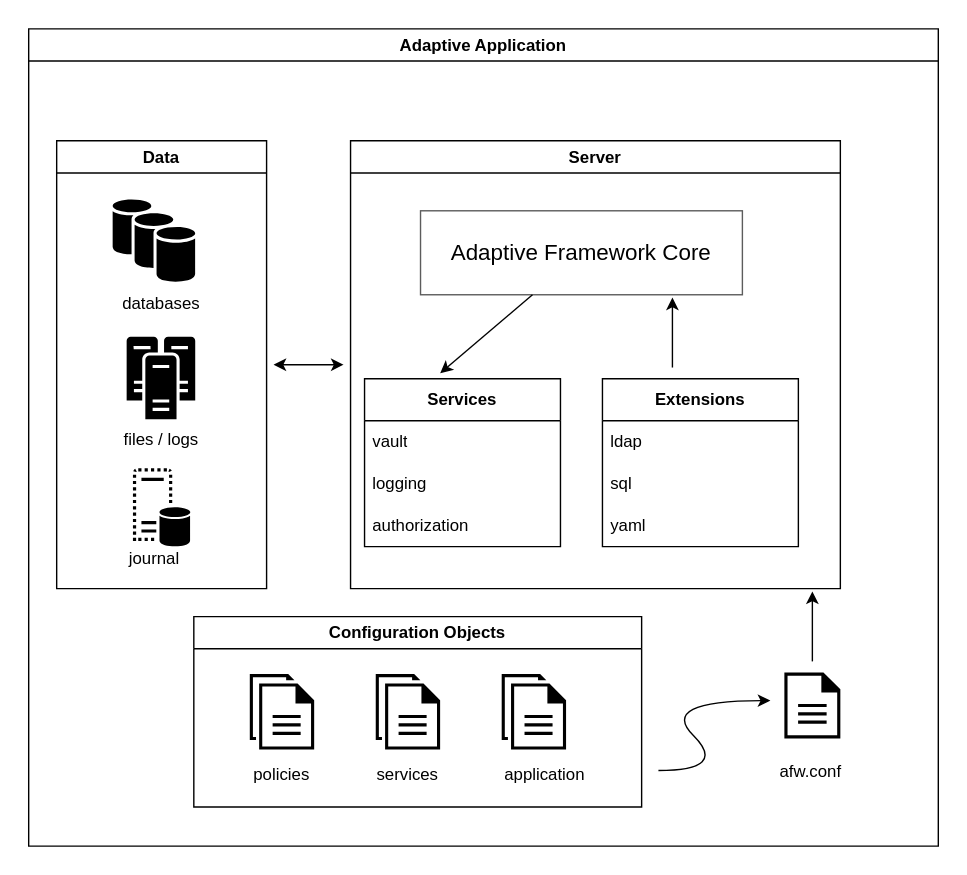
The draw.io diagram docs/afw/html/guide/architecture/images/ArchitectureDiagram.svg in afw-org/afw, before a commit. Source tidied: cells renumbered, new cells last; positions are measured from the earlier drawing's top-left corner, leaving out a move shared by most shapes. The source it was exported from:
```xml
<mxGraphModel>
  <root>
    <mxCell id="0" />
    <mxCell id="1" parent="0" />
    <mxCell id="2" value="&lt;font style=&quot;font-size: 16px;&quot; color=&quot;#000000&quot;&gt;Adaptive Framework Core&lt;/font&gt;" style="rounded=0;whiteSpace=wrap;html=1;fillColor=#FFFFFF;fontColor=#333333;strokeColor=#5C5C5C;" parent="1" vertex="1">
      <mxGeometry x="280" y="130" width="230" height="60" as="geometry" />
    </mxCell>
    <mxCell id="3" value="&lt;b&gt;Extensions&lt;/b&gt;" style="swimlane;fontStyle=0;horizontal=1;startSize=30;whiteSpace=wrap;html=1;" parent="1" vertex="1">
      <mxGeometry x="410" y="250" width="140" height="120" as="geometry" />
    </mxCell>
    <mxCell id="4" value="ldap" style="text;strokeColor=none;fillColor=none;align=left;verticalAlign=middle;spacingLeft=4;spacingRight=4;overflow=hidden;whiteSpace=wrap;html=1;" parent="3" vertex="1">
      <mxGeometry y="30" width="140" height="30" as="geometry" />
    </mxCell>
    <mxCell id="5" value="sql" style="text;strokeColor=none;fillColor=none;align=left;verticalAlign=middle;spacingLeft=4;spacingRight=4;overflow=hidden;whiteSpace=wrap;html=1;" parent="3" vertex="1">
      <mxGeometry y="60" width="140" height="30" as="geometry" />
    </mxCell>
    <mxCell id="6" value="yaml" style="text;strokeColor=none;fillColor=none;align=left;verticalAlign=middle;spacingLeft=4;spacingRight=4;overflow=hidden;whiteSpace=wrap;html=1;" parent="3" vertex="1">
      <mxGeometry y="90" width="140" height="30" as="geometry" />
    </mxCell>
    <mxCell id="7" value="Server" style="swimlane;whiteSpace=wrap;html=1;" parent="1" vertex="1">
      <mxGeometry x="230" y="80" width="350" height="320" as="geometry" />
    </mxCell>
    <mxCell id="8" style="sketch=0;shadow=0;dashed=0;html=1;strokeColor=none;fillColor=#000000;labelPosition=center;verticalLabelPosition=bottom;verticalAlign=top;align=center;shape=mxgraph.office.concepts.document;" parent="1" vertex="1">
      <mxGeometry x="540" y="460" width="40" height="47" as="geometry" />
    </mxCell>
    <mxCell id="9" value="Adaptive Application" style="swimlane;whiteSpace=wrap;html=1;startSize=23;" parent="1" vertex="1">
      <mxGeometry width="650" height="584" as="geometry" />
    </mxCell>
    <mxCell id="10" style="endArrow=classic;html=1;rounded=0;" parent="9" edge="1">
      <mxGeometry relative="1" as="geometry">
        <mxPoint x="560" y="452" as="sourcePoint" />
        <mxPoint x="560" y="402" as="targetPoint" />
      </mxGeometry>
    </mxCell>
    <mxCell id="11" value="Configuration Objects" style="swimlane;whiteSpace=wrap;html=1;" parent="9" vertex="1">
      <mxGeometry x="118" y="420" width="320" height="136" as="geometry" />
    </mxCell>
    <mxCell id="12" style="sketch=0;shadow=0;dashed=0;html=1;strokeColor=none;fillColor=#000000;labelPosition=center;verticalLabelPosition=bottom;verticalAlign=top;align=center;shape=mxgraph.office.concepts.documents;" parent="11" vertex="1">
      <mxGeometry x="220" y="41" width="46" height="54" as="geometry" />
    </mxCell>
    <mxCell id="13" style="sketch=0;shadow=0;dashed=0;html=1;strokeColor=none;fillColor=#000000;labelPosition=center;verticalLabelPosition=bottom;verticalAlign=top;align=center;shape=mxgraph.office.concepts.documents;" parent="11" vertex="1">
      <mxGeometry x="130" y="41" width="46" height="54" as="geometry" />
    </mxCell>
    <mxCell id="14" style="sketch=0;shadow=0;dashed=0;html=1;strokeColor=none;fillColor=#000000;labelPosition=center;verticalLabelPosition=bottom;verticalAlign=top;align=center;shape=mxgraph.office.concepts.documents;" parent="11" vertex="1">
      <mxGeometry x="40" y="41" width="46" height="54" as="geometry" />
    </mxCell>
    <mxCell id="15" value="policies" style="text;html=1;strokeColor=none;fillColor=none;align=center;verticalAlign=middle;whiteSpace=wrap;rounded=0;" parent="11" vertex="1">
      <mxGeometry x="8" y="98" width="110" height="30" as="geometry" />
    </mxCell>
    <mxCell id="16" value="services" style="text;html=1;strokeColor=none;fillColor=none;align=center;verticalAlign=middle;whiteSpace=wrap;rounded=0;" parent="11" vertex="1">
      <mxGeometry x="98" y="98" width="110" height="30" as="geometry" />
    </mxCell>
    <mxCell id="17" value="application" style="text;html=1;strokeColor=none;fillColor=none;align=center;verticalAlign=middle;whiteSpace=wrap;rounded=0;" parent="11" vertex="1">
      <mxGeometry x="196" y="98" width="110" height="30" as="geometry" />
    </mxCell>
    <mxCell id="18" value="Data" style="swimlane;whiteSpace=wrap;html=1;" parent="9" vertex="1">
      <mxGeometry x="20" y="80" width="150" height="320" as="geometry" />
    </mxCell>
    <mxCell id="19" style="sketch=0;shadow=0;dashed=0;html=1;strokeColor=none;fillColor=#000000;labelPosition=center;verticalLabelPosition=bottom;verticalAlign=top;align=center;shape=mxgraph.office.databases.database_availability_group;" parent="18" vertex="1">
      <mxGeometry x="40" y="42" width="59" height="59" as="geometry" />
    </mxCell>
    <mxCell id="20" style="sketch=0;shadow=0;dashed=0;html=1;strokeColor=none;fillColor=#000000;labelPosition=center;verticalLabelPosition=bottom;verticalAlign=top;align=center;shape=mxgraph.office.servers.virtual_database_server;" parent="18" vertex="1">
      <mxGeometry x="54.5" y="234" width="41" height="56" as="geometry" />
    </mxCell>
    <mxCell id="21" style="sketch=0;shadow=0;dashed=0;html=1;strokeColor=none;fillColor=#000000;labelPosition=center;verticalLabelPosition=bottom;verticalAlign=top;align=center;shape=mxgraph.office.servers.cluster_server;" parent="18" vertex="1">
      <mxGeometry x="50" y="140" width="49" height="59" as="geometry" />
    </mxCell>
    <mxCell id="22" value="databases" style="text;html=1;strokeColor=none;fillColor=none;align=center;verticalAlign=middle;whiteSpace=wrap;rounded=0;" parent="18" vertex="1">
      <mxGeometry x="20" y="102" width="110" height="30" as="geometry" />
    </mxCell>
    <mxCell id="23" value="journal" style="text;html=1;strokeColor=none;fillColor=none;align=center;verticalAlign=middle;whiteSpace=wrap;rounded=0;" parent="18" vertex="1">
      <mxGeometry x="14.5" y="284" width="110" height="30" as="geometry" />
    </mxCell>
    <mxCell id="24" value="files / logs" style="text;html=1;strokeColor=none;fillColor=none;align=center;verticalAlign=middle;whiteSpace=wrap;rounded=0;" parent="18" vertex="1">
      <mxGeometry x="20" y="199" width="110" height="30" as="geometry" />
    </mxCell>
    <mxCell id="25" value="&lt;b&gt;Services&lt;/b&gt;" style="swimlane;fontStyle=0;horizontal=1;startSize=30;whiteSpace=wrap;html=1;" parent="9" vertex="1">
      <mxGeometry x="240" y="250" width="140" height="120" as="geometry" />
    </mxCell>
    <mxCell id="26" value="vault" style="text;strokeColor=none;fillColor=none;align=left;verticalAlign=middle;spacingLeft=4;spacingRight=4;overflow=hidden;whiteSpace=wrap;html=1;" parent="25" vertex="1">
      <mxGeometry y="30" width="140" height="30" as="geometry" />
    </mxCell>
    <mxCell id="27" value="logging" style="text;strokeColor=none;fillColor=none;align=left;verticalAlign=middle;spacingLeft=4;spacingRight=4;overflow=hidden;whiteSpace=wrap;html=1;" parent="25" vertex="1">
      <mxGeometry y="60" width="140" height="30" as="geometry" />
    </mxCell>
    <mxCell id="28" value="authorization" style="text;strokeColor=none;fillColor=none;align=left;verticalAlign=middle;spacingLeft=4;spacingRight=4;overflow=hidden;whiteSpace=wrap;html=1;" parent="25" vertex="1">
      <mxGeometry y="90" width="140" height="30" as="geometry" />
    </mxCell>
    <mxCell id="29" style="curved=1;endArrow=classic;html=1;rounded=0;" parent="9" edge="1">
      <mxGeometry relative="1" as="geometry">
        <mxPoint x="450" y="530" as="sourcePoint" />
        <mxPoint x="530" y="480" as="targetPoint" />
        <Array as="points">
          <mxPoint x="500" y="530" />
          <mxPoint x="450" y="480" />
        </Array>
      </mxGeometry>
    </mxCell>
    <mxCell id="30" value="afw.conf" style="text;html=1;strokeColor=none;fillColor=none;align=center;verticalAlign=middle;whiteSpace=wrap;rounded=0;" parent="9" vertex="1">
      <mxGeometry x="504" y="516" width="110" height="30" as="geometry" />
    </mxCell>
    <mxCell id="31" style="endArrow=classic;html=1;rounded=0;" parent="9" edge="1">
      <mxGeometry relative="1" as="geometry">
        <mxPoint x="460" y="242" as="sourcePoint" />
        <mxPoint x="460" y="192" as="targetPoint" />
      </mxGeometry>
    </mxCell>
    <mxCell id="32" style="endArrow=classic;html=1;rounded=0;entryX=0.386;entryY=-0.033;entryDx=0;entryDy=0;entryPerimeter=0;" parent="9" edge="1" target="25">
      <mxGeometry relative="1" as="geometry">
        <mxPoint x="360" y="190" as="sourcePoint" />
      </mxGeometry>
    </mxCell>
    <mxCell id="33" style="endArrow=classic;html=1;rounded=0;startArrow=classic;startFill=1;" parent="9" edge="1">
      <mxGeometry relative="1" as="geometry">
        <mxPoint x="225" y="240" as="sourcePoint" />
        <mxPoint x="175" y="240" as="targetPoint" />
      </mxGeometry>
    </mxCell>
  </root>
</mxGraphModel>
```
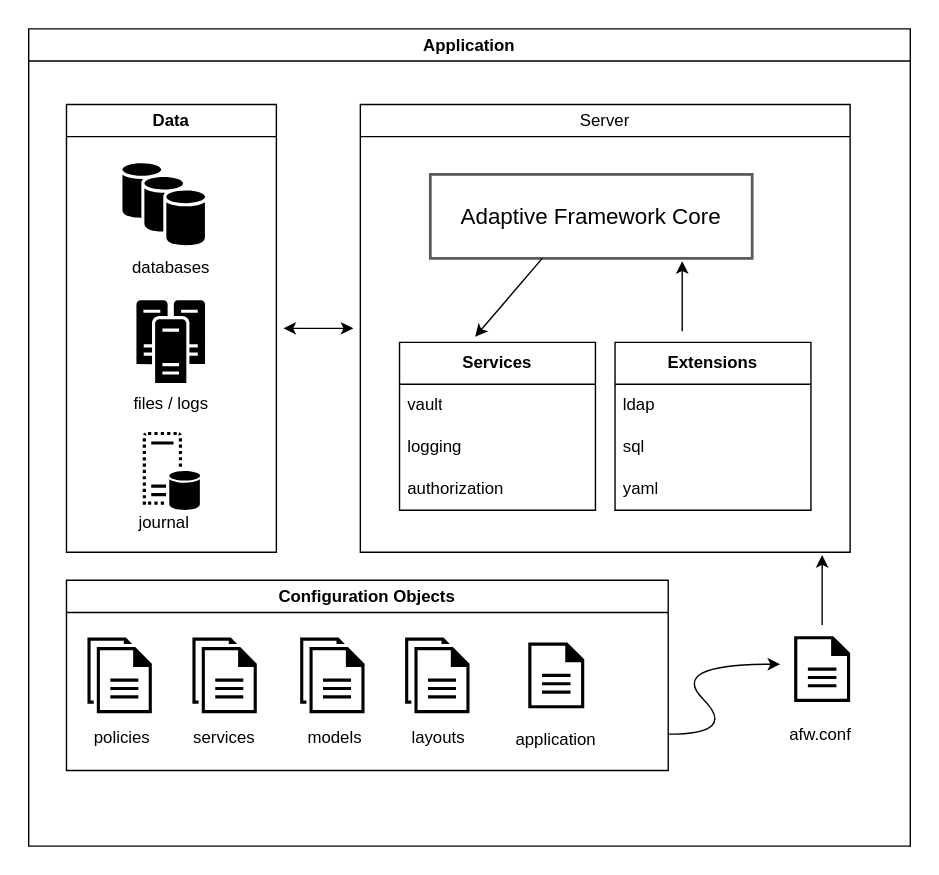
Later version of the same file.

Change to the diagram source:
```diff
@@ -2,11 +2,11 @@
   <root>
     <mxCell id="0" />
     <mxCell id="1" parent="0" />
-    <mxCell id="2" value="&lt;font style=&quot;font-size: 16px;&quot; color=&quot;#000000&quot;&gt;Adaptive Framework Core&lt;/font&gt;" style="rounded=0;whiteSpace=wrap;html=1;fillColor=#FFFFFF;fontColor=#333333;strokeColor=#5C5C5C;" parent="1" vertex="1">
+    <mxCell id="2" value="&lt;font style=&quot;font-size: 16px;&quot; color=&quot;#000000&quot;&gt;Adaptive Framework Core&lt;/font&gt;" style="rounded=0;whiteSpace=wrap;html=1;fillColor=#FFFFFF;fontColor=#333333;strokeColor=#5C5C5C;strokeWidth=2;glass=0;shadow=0;fontStyle=0;" parent="1" vertex="1">
       <mxGeometry x="280" y="130" width="230" height="60" as="geometry" />
     </mxCell>
     <mxCell id="3" value="&lt;b&gt;Extensions&lt;/b&gt;" style="swimlane;fontStyle=0;horizontal=1;startSize=30;whiteSpace=wrap;html=1;" parent="1" vertex="1">
-      <mxGeometry x="410" y="250" width="140" height="120" as="geometry" />
+      <mxGeometry x="412" y="250" width="140" height="120" as="geometry" />
     </mxCell>
     <mxCell id="4" value="ldap" style="text;strokeColor=none;fillColor=none;align=left;verticalAlign=middle;spacingLeft=4;spacingRight=4;overflow=hidden;whiteSpace=wrap;html=1;" parent="3" vertex="1">
       <mxGeometry y="30" width="140" height="30" as="geometry" />
@@ -17,44 +17,53 @@
     <mxCell id="6" value="yaml" style="text;strokeColor=none;fillColor=none;align=left;verticalAlign=middle;spacingLeft=4;spacingRight=4;overflow=hidden;whiteSpace=wrap;html=1;" parent="3" vertex="1">
       <mxGeometry y="90" width="140" height="30" as="geometry" />
     </mxCell>
-    <mxCell id="7" value="Server" style="swimlane;whiteSpace=wrap;html=1;" parent="1" vertex="1">
+    <mxCell id="7" value="Server" style="swimlane;whiteSpace=wrap;html=1;fontStyle=0;" parent="1" vertex="1">
       <mxGeometry x="230" y="80" width="350" height="320" as="geometry" />
     </mxCell>
     <mxCell id="8" style="sketch=0;shadow=0;dashed=0;html=1;strokeColor=none;fillColor=#000000;labelPosition=center;verticalLabelPosition=bottom;verticalAlign=top;align=center;shape=mxgraph.office.concepts.document;" parent="1" vertex="1">
       <mxGeometry x="540" y="460" width="40" height="47" as="geometry" />
     </mxCell>
-    <mxCell id="9" value="Adaptive Application" style="swimlane;whiteSpace=wrap;html=1;startSize=23;" parent="1" vertex="1">
-      <mxGeometry width="650" height="584" as="geometry" />
+    <mxCell id="9" value="Application" style="swimlane;whiteSpace=wrap;html=1;startSize=23;" parent="1" vertex="1">
+      <mxGeometry x="-7" y="26" width="630" height="584" as="geometry" />
     </mxCell>
     <mxCell id="10" style="endArrow=classic;html=1;rounded=0;" parent="9" edge="1">
       <mxGeometry relative="1" as="geometry">
-        <mxPoint x="560" y="452" as="sourcePoint" />
-        <mxPoint x="560" y="402" as="targetPoint" />
+        <mxPoint x="567" y="426" as="sourcePoint" />
+        <mxPoint x="567" y="376" as="targetPoint" />
       </mxGeometry>
     </mxCell>
     <mxCell id="11" value="Configuration Objects" style="swimlane;whiteSpace=wrap;html=1;" parent="9" vertex="1">
-      <mxGeometry x="118" y="420" width="320" height="136" as="geometry" />
+      <mxGeometry x="27" y="394" width="430" height="136" as="geometry" />
     </mxCell>
     <mxCell id="12" style="sketch=0;shadow=0;dashed=0;html=1;strokeColor=none;fillColor=#000000;labelPosition=center;verticalLabelPosition=bottom;verticalAlign=top;align=center;shape=mxgraph.office.concepts.documents;" parent="11" vertex="1">
-      <mxGeometry x="220" y="41" width="46" height="54" as="geometry" />
+      <mxGeometry x="167" y="41" width="46" height="54" as="geometry" />
     </mxCell>
     <mxCell id="13" style="sketch=0;shadow=0;dashed=0;html=1;strokeColor=none;fillColor=#000000;labelPosition=center;verticalLabelPosition=bottom;verticalAlign=top;align=center;shape=mxgraph.office.concepts.documents;" parent="11" vertex="1">
-      <mxGeometry x="130" y="41" width="46" height="54" as="geometry" />
+      <mxGeometry x="90" y="41" width="46" height="54" as="geometry" />
     </mxCell>
     <mxCell id="14" style="sketch=0;shadow=0;dashed=0;html=1;strokeColor=none;fillColor=#000000;labelPosition=center;verticalLabelPosition=bottom;verticalAlign=top;align=center;shape=mxgraph.office.concepts.documents;" parent="11" vertex="1">
-      <mxGeometry x="40" y="41" width="46" height="54" as="geometry" />
+      <mxGeometry x="15" y="41" width="46" height="54" as="geometry" />
     </mxCell>
     <mxCell id="15" value="policies" style="text;html=1;strokeColor=none;fillColor=none;align=center;verticalAlign=middle;whiteSpace=wrap;rounded=0;" parent="11" vertex="1">
-      <mxGeometry x="8" y="98" width="110" height="30" as="geometry" />
+      <mxGeometry x="10" y="98" width="60" height="30" as="geometry" />
     </mxCell>
     <mxCell id="16" value="services" style="text;html=1;strokeColor=none;fillColor=none;align=center;verticalAlign=middle;whiteSpace=wrap;rounded=0;" parent="11" vertex="1">
-      <mxGeometry x="98" y="98" width="110" height="30" as="geometry" />
+      <mxGeometry x="88" y="98" width="50" height="30" as="geometry" />
     </mxCell>
     <mxCell id="17" value="application" style="text;html=1;strokeColor=none;fillColor=none;align=center;verticalAlign=middle;whiteSpace=wrap;rounded=0;" parent="11" vertex="1">
-      <mxGeometry x="196" y="98" width="110" height="30" as="geometry" />
+      <mxGeometry x="310" y="99" width="80" height="30" as="geometry" />
     </mxCell>
+    <mxCell id="34" value="models" style="text;html=1;strokeColor=none;fillColor=none;align=center;verticalAlign=middle;whiteSpace=wrap;rounded=0;" parent="11" vertex="1">
+      <mxGeometry x="167" y="98" width="50" height="30" as="geometry" />
+    </mxCell>
+    <mxCell id="35" style="sketch=0;shadow=0;dashed=0;html=1;strokeColor=none;fillColor=#000000;labelPosition=center;verticalLabelPosition=bottom;verticalAlign=top;align=center;shape=mxgraph.office.concepts.document;" parent="11" vertex="1">
+      <mxGeometry x="330" y="44.5" width="40" height="47" as="geometry" />
+    </mxCell>
+    <mxCell id="36" style="sketch=0;shadow=0;dashed=0;html=1;strokeColor=none;fillColor=#000000;labelPosition=center;verticalLabelPosition=bottom;verticalAlign=top;align=center;shape=mxgraph.office.concepts.documents;" parent="11" vertex="1">
+      <mxGeometry x="242" y="41" width="46" height="54" as="geometry" />
+    </mxCell>
     <mxCell id="18" value="Data" style="swimlane;whiteSpace=wrap;html=1;" parent="9" vertex="1">
-      <mxGeometry x="20" y="80" width="150" height="320" as="geometry" />
+      <mxGeometry x="27" y="54" width="150" height="320" as="geometry" />
     </mxCell>
     <mxCell id="19" style="sketch=0;shadow=0;dashed=0;html=1;strokeColor=none;fillColor=#000000;labelPosition=center;verticalLabelPosition=bottom;verticalAlign=top;align=center;shape=mxgraph.office.databases.database_availability_group;" parent="18" vertex="1">
       <mxGeometry x="40" y="42" width="59" height="59" as="geometry" />
@@ -75,7 +84,7 @@
       <mxGeometry x="20" y="199" width="110" height="30" as="geometry" />
     </mxCell>
     <mxCell id="25" value="&lt;b&gt;Services&lt;/b&gt;" style="swimlane;fontStyle=0;horizontal=1;startSize=30;whiteSpace=wrap;html=1;" parent="9" vertex="1">
-      <mxGeometry x="240" y="250" width="140" height="120" as="geometry" />
+      <mxGeometry x="265" y="224" width="140" height="120" as="geometry" />
     </mxCell>
     <mxCell id="26" value="vault" style="text;strokeColor=none;fillColor=none;align=left;verticalAlign=middle;spacingLeft=4;spacingRight=4;overflow=hidden;whiteSpace=wrap;html=1;" parent="25" vertex="1">
       <mxGeometry y="30" width="140" height="30" as="geometry" />
@@ -88,33 +97,36 @@
     </mxCell>
     <mxCell id="29" style="curved=1;endArrow=classic;html=1;rounded=0;" parent="9" edge="1">
       <mxGeometry relative="1" as="geometry">
-        <mxPoint x="450" y="530" as="sourcePoint" />
-        <mxPoint x="530" y="480" as="targetPoint" />
+        <mxPoint x="457" y="504" as="sourcePoint" />
+        <mxPoint x="537" y="454" as="targetPoint" />
         <Array as="points">
-          <mxPoint x="500" y="530" />
-          <mxPoint x="450" y="480" />
+          <mxPoint x="507" y="504" />
+          <mxPoint x="457" y="454" />
         </Array>
       </mxGeometry>
     </mxCell>
     <mxCell id="30" value="afw.conf" style="text;html=1;strokeColor=none;fillColor=none;align=center;verticalAlign=middle;whiteSpace=wrap;rounded=0;" parent="9" vertex="1">
-      <mxGeometry x="504" y="516" width="110" height="30" as="geometry" />
+      <mxGeometry x="511" y="490" width="110" height="30" as="geometry" />
     </mxCell>
     <mxCell id="31" style="endArrow=classic;html=1;rounded=0;" parent="9" edge="1">
       <mxGeometry relative="1" as="geometry">
-        <mxPoint x="460" y="242" as="sourcePoint" />
-        <mxPoint x="460" y="192" as="targetPoint" />
+        <mxPoint x="467" y="216" as="sourcePoint" />
+        <mxPoint x="467" y="166" as="targetPoint" />
       </mxGeometry>
     </mxCell>
     <mxCell id="32" style="endArrow=classic;html=1;rounded=0;entryX=0.386;entryY=-0.033;entryDx=0;entryDy=0;entryPerimeter=0;" parent="9" edge="1" target="25">
       <mxGeometry relative="1" as="geometry">
-        <mxPoint x="360" y="190" as="sourcePoint" />
+        <mxPoint x="367" y="164" as="sourcePoint" />
       </mxGeometry>
     </mxCell>
     <mxCell id="33" style="endArrow=classic;html=1;rounded=0;startArrow=classic;startFill=1;" parent="9" edge="1">
       <mxGeometry relative="1" as="geometry">
-        <mxPoint x="225" y="240" as="sourcePoint" />
-        <mxPoint x="175" y="240" as="targetPoint" />
+        <mxPoint x="232" y="214" as="sourcePoint" />
+        <mxPoint x="182" y="214" as="targetPoint" />
       </mxGeometry>
     </mxCell>
+    <mxCell id="37" value="layouts" style="text;html=1;strokeColor=none;fillColor=none;align=center;verticalAlign=middle;whiteSpace=wrap;rounded=0;" parent="1" vertex="1">
+      <mxGeometry x="261" y="518" width="50" height="30" as="geometry" />
+    </mxCell>
   </root>
 </mxGraphModel>
```
